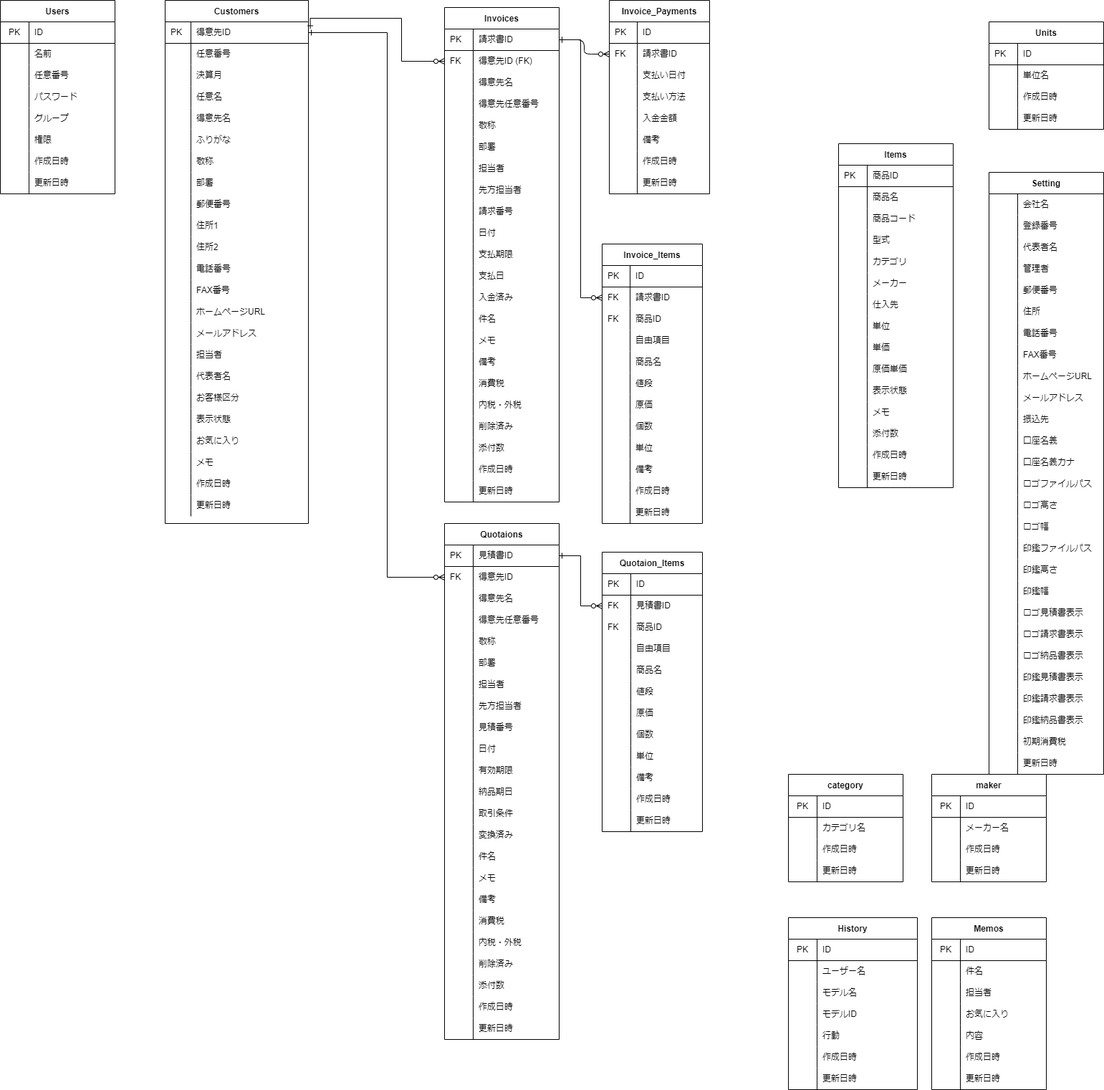
gamasenninn/caddie-clone keeps this draw.io diagram as soho_er.png. Above is the earlier version. Source tidied: cells renumbered, new cells last; positions are measured from the earlier drawing's top-left corner, leaving out a move shared by most shapes.
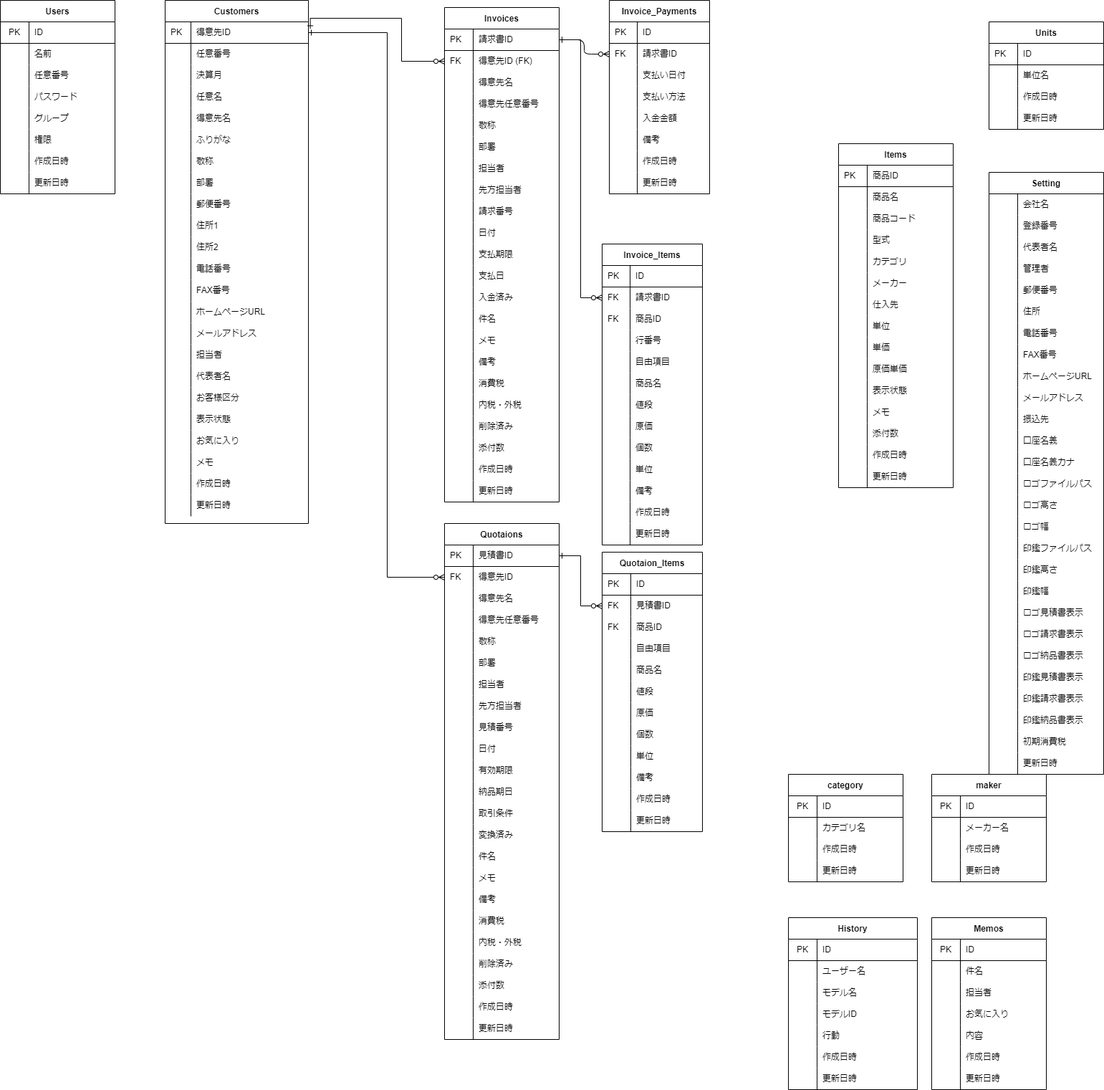
After the change.

What changed in the source:
```diff
@@ -552,7 +552,7 @@
       <mxGeometry x="40" width="120" height="30" as="geometry" />
     </mxCell>
     <mxCell id="185" value="Invoice_Items" style="shape=table;startSize=30;rowLines=0;fontStyle=1;align=center;" parent="1" vertex="1">
-      <mxGeometry x="840" y="340" width="140" height="390" as="geometry" />
+      <mxGeometry x="840" y="340" width="140" height="420" as="geometry" />
     </mxCell>
     <mxCell id="186" style="shape=partialRectangle;html=1;whiteSpace=wrap;fillColor=none;top=0;left=0;bottom=1;right=0;" parent="185" vertex="1">
       <mxGeometry y="30" width="140" height="30" as="geometry" />
@@ -581,8 +581,17 @@
     <mxCell id="194" value="商品ID&amp;nbsp;" style="shape=partialRectangle;html=1;whiteSpace=wrap;fillColor=none;top=0;left=0;bottom=0;right=0;align=left;spacingLeft=6;overflow=hidden;" parent="192" vertex="1">
       <mxGeometry x="39" width="101" height="30" as="geometry" />
     </mxCell>
+    <mxCell id="549" style="shape=partialRectangle;html=1;whiteSpace=wrap;fillColor=none;top=0;left=0;bottom=0;right=0;" parent="185" vertex="1">
+      <mxGeometry y="120" width="140" height="30" as="geometry" />
+    </mxCell>
+    <mxCell id="550" style="shape=partialRectangle;html=1;whiteSpace=wrap;fillColor=none;top=0;left=0;bottom=0;right=0;align=left;spacingLeft=6;overflow=hidden;" parent="549" vertex="1">
+      <mxGeometry width="39" height="30" as="geometry" />
+    </mxCell>
+    <mxCell id="551" value="行番号" style="shape=partialRectangle;html=1;whiteSpace=wrap;fillColor=none;top=0;left=0;bottom=0;right=0;align=left;spacingLeft=6;overflow=hidden;" parent="549" vertex="1">
+      <mxGeometry x="39" width="101" height="30" as="geometry" />
+    </mxCell>
     <mxCell id="195" style="shape=partialRectangle;html=1;whiteSpace=wrap;fillColor=none;top=0;left=0;bottom=0;right=0;" parent="185" vertex="1">
-      <mxGeometry y="120" width="140" height="30" as="geometry" />
+      <mxGeometry y="150" width="140" height="30" as="geometry" />
     </mxCell>
     <mxCell id="196" style="shape=partialRectangle;html=1;whiteSpace=wrap;fillColor=none;top=0;left=0;bottom=0;right=0;align=left;spacingLeft=6;overflow=hidden;" parent="195" vertex="1">
       <mxGeometry width="39" height="30" as="geometry" />
@@ -591,7 +600,7 @@
       <mxGeometry x="39" width="101" height="30" as="geometry" />
     </mxCell>
     <mxCell id="198" style="shape=partialRectangle;html=1;whiteSpace=wrap;fillColor=none;top=0;left=0;bottom=0;right=0;" parent="185" vertex="1">
-      <mxGeometry y="150" width="140" height="30" as="geometry" />
+      <mxGeometry y="180" width="140" height="30" as="geometry" />
     </mxCell>
     <mxCell id="199" style="shape=partialRectangle;html=1;whiteSpace=wrap;fillColor=none;top=0;left=0;bottom=0;right=0;align=left;spacingLeft=6;overflow=hidden;" parent="198" vertex="1">
       <mxGeometry width="39" height="30" as="geometry" />
@@ -600,7 +609,7 @@
       <mxGeometry x="39" width="101" height="30" as="geometry" />
     </mxCell>
     <mxCell id="201" style="shape=partialRectangle;html=1;whiteSpace=wrap;fillColor=none;top=0;left=0;bottom=0;right=0;" parent="185" vertex="1">
-      <mxGeometry y="180" width="140" height="30" as="geometry" />
+      <mxGeometry y="210" width="140" height="30" as="geometry" />
     </mxCell>
     <mxCell id="202" style="shape=partialRectangle;html=1;whiteSpace=wrap;fillColor=none;top=0;left=0;bottom=0;right=0;align=left;spacingLeft=6;overflow=hidden;" parent="201" vertex="1">
       <mxGeometry width="39" height="30" as="geometry" />
@@ -609,7 +618,7 @@
       <mxGeometry x="39" width="101" height="30" as="geometry" />
     </mxCell>
     <mxCell id="204" style="shape=partialRectangle;html=1;whiteSpace=wrap;fillColor=none;top=0;left=0;bottom=0;right=0;" parent="185" vertex="1">
-      <mxGeometry y="210" width="140" height="30" as="geometry" />
+      <mxGeometry y="240" width="140" height="30" as="geometry" />
     </mxCell>
     <mxCell id="205" style="shape=partialRectangle;html=1;whiteSpace=wrap;fillColor=none;top=0;left=0;bottom=0;right=0;align=left;spacingLeft=6;overflow=hidden;" parent="204" vertex="1">
       <mxGeometry width="39" height="30" as="geometry" />
@@ -618,7 +627,7 @@
       <mxGeometry x="39" width="101" height="30" as="geometry" />
     </mxCell>
     <mxCell id="207" style="shape=partialRectangle;html=1;whiteSpace=wrap;fillColor=none;top=0;left=0;bottom=0;right=0;" parent="185" vertex="1">
-      <mxGeometry y="240" width="140" height="30" as="geometry" />
+      <mxGeometry y="270" width="140" height="30" as="geometry" />
     </mxCell>
     <mxCell id="208" style="shape=partialRectangle;html=1;whiteSpace=wrap;fillColor=none;top=0;left=0;bottom=0;right=0;align=left;spacingLeft=6;overflow=hidden;" parent="207" vertex="1">
       <mxGeometry width="39" height="30" as="geometry" />
@@ -627,7 +636,7 @@
       <mxGeometry x="39" width="101" height="30" as="geometry" />
     </mxCell>
     <mxCell id="210" style="shape=partialRectangle;html=1;whiteSpace=wrap;fillColor=none;top=0;left=0;bottom=0;right=0;" parent="185" vertex="1">
-      <mxGeometry y="270" width="140" height="30" as="geometry" />
+      <mxGeometry y="300" width="140" height="30" as="geometry" />
     </mxCell>
     <mxCell id="211" style="shape=partialRectangle;html=1;whiteSpace=wrap;fillColor=none;top=0;left=0;bottom=0;right=0;align=left;spacingLeft=6;overflow=hidden;" parent="210" vertex="1">
       <mxGeometry width="39" height="30" as="geometry" />
@@ -636,7 +645,7 @@
       <mxGeometry x="39" width="101" height="30" as="geometry" />
     </mxCell>
     <mxCell id="213" style="shape=partialRectangle;html=1;whiteSpace=wrap;fillColor=none;top=0;left=0;bottom=0;right=0;" parent="185" vertex="1">
-      <mxGeometry y="300" width="140" height="30" as="geometry" />
+      <mxGeometry y="330" width="140" height="30" as="geometry" />
     </mxCell>
     <mxCell id="214" style="shape=partialRectangle;html=1;whiteSpace=wrap;fillColor=none;top=0;left=0;bottom=0;right=0;align=left;spacingLeft=6;overflow=hidden;" parent="213" vertex="1">
       <mxGeometry width="39" height="30" as="geometry" />
@@ -645,7 +654,7 @@
       <mxGeometry x="39" width="101" height="30" as="geometry" />
     </mxCell>
     <mxCell id="216" style="shape=partialRectangle;html=1;whiteSpace=wrap;fillColor=none;top=0;left=0;bottom=0;right=0;" parent="185" vertex="1">
-      <mxGeometry y="330" width="140" height="30" as="geometry" />
+      <mxGeometry y="360" width="140" height="30" as="geometry" />
     </mxCell>
     <mxCell id="217" style="shape=partialRectangle;html=1;whiteSpace=wrap;fillColor=none;top=0;left=0;bottom=0;right=0;align=left;spacingLeft=6;overflow=hidden;" parent="216" vertex="1">
       <mxGeometry width="39" height="30" as="geometry" />
@@ -654,7 +663,7 @@
       <mxGeometry x="39" width="101" height="30" as="geometry" />
     </mxCell>
     <mxCell id="219" style="shape=partialRectangle;html=1;whiteSpace=wrap;fillColor=none;top=0;left=0;bottom=0;right=0;" parent="185" vertex="1">
-      <mxGeometry y="360" width="140" height="30" as="geometry" />
+      <mxGeometry y="390" width="140" height="30" as="geometry" />
     </mxCell>
     <mxCell id="220" style="shape=partialRectangle;html=1;whiteSpace=wrap;fillColor=none;top=0;left=0;bottom=0;right=0;align=left;spacingLeft=6;overflow=hidden;" parent="219" vertex="1">
       <mxGeometry width="39" height="30" as="geometry" />
```
